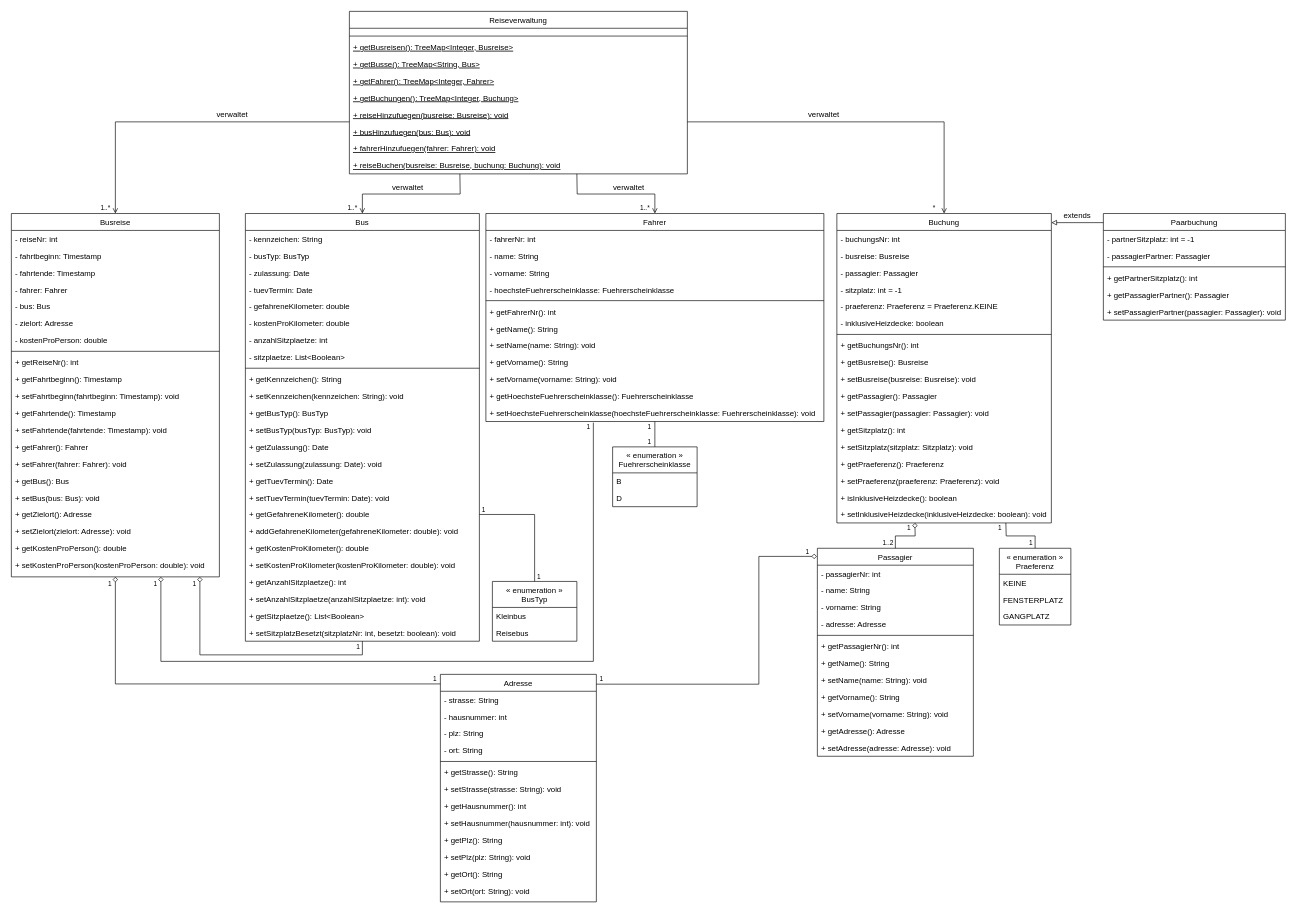
Above: UML_Klassendiagramm.drawio in ZichaoIUStudy/Busreisen_OOP2_Referat (draw.io), before the change. Source tidied: cells renumbered, new cells numbered last; positions are measured from the earlier drawing's top-left corner, leaving out a move shared by most shapes. Both pictures are drawn from the tidied source at 65%, with x=0, y=0 at pixel (11, 11).
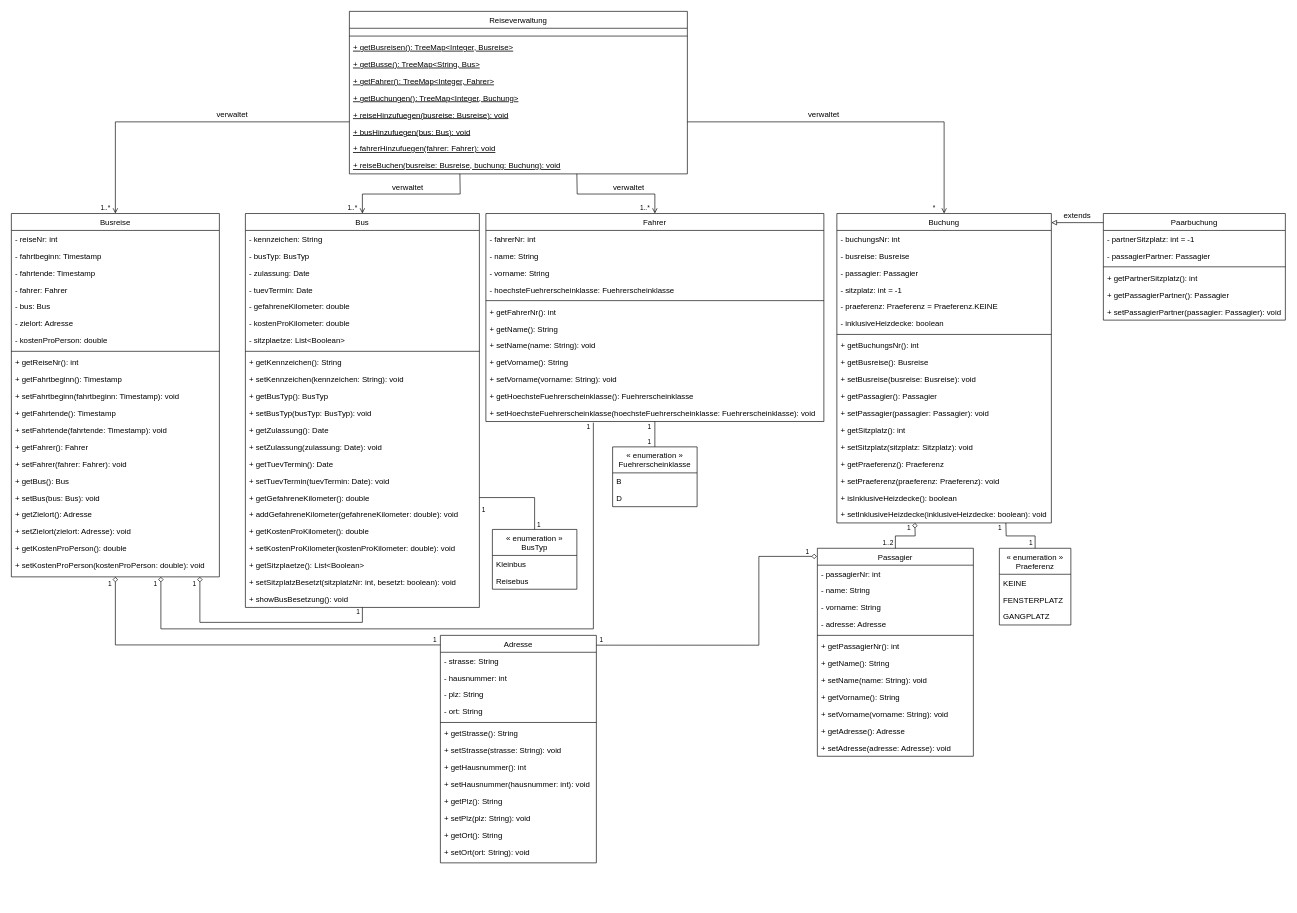
After the change.

The change refers to these unchanged cells:
```xml
<mxCell id="14" value="+ setHoechsteFuehrerscheinklasse(hoechsteFuehrerscheinklasse: Fuehrerscheinklasse): void" style="text;align=left;verticalAlign=top;spacingLeft=4;spacingRight=4;overflow=hidden;points=[[0,0.5],[1,0.5]];portConstraint=eastwest;rounded=0;shadow=0;html=0;" parent="2" vertex="1">
  <mxGeometry y="294" width="520" height="26" as="geometry" />
</mxCell>
<mxCell id="15" value="Busreise" style="swimlane;fontStyle=0;align=center;verticalAlign=top;horizontal=1;startSize=26;rounded=0;shadow=0;strokeWidth=1;" parent="1" vertex="1">
  <mxGeometry y="311" width="320" height="559" as="geometry" />
</mxCell>
<mxCell id="37" value="Passagier" style="swimlane;fontStyle=0;align=center;verticalAlign=top;horizontal=1;startSize=26;rounded=0;shadow=0;strokeWidth=1;" parent="1" vertex="1">
  <mxGeometry x="1240" y="826" width="240" height="320" as="geometry" />
</mxCell>
```

Diff of the diagram source:
```diff
@@
     <mxCell id="50" value="Bus" style="swimlane;fontStyle=0;align=center;verticalAlign=top;horizontal=1;startSize=26;rounded=0;shadow=0;strokeWidth=1;" parent="1" vertex="1">
-      <mxGeometry x="360" y="311" width="360" height="658" as="geometry" />
+      <mxGeometry x="360" y="311" width="360" height="606" as="geometry" />
     </mxCell>
@@
-    <mxCell id="57" value="- anzahlSitzplaetze: int" style="text;align=left;verticalAlign=top;spacingLeft=4;spacingRight=4;overflow=hidden;rounded=0;shadow=0;html=0;" parent="50" vertex="1">
-      <mxGeometry y="182" width="360" height="26" as="geometry" />
-    </mxCell>
     <mxCell id="58" value="- sitzplaetze: List&lt;Boolean&gt;" style="text;align=left;verticalAlign=top;spacingLeft=4;spacingRight=4;overflow=hidden;rounded=0;shadow=0;html=0;" parent="50" vertex="1">
-      <mxGeometry y="208" width="360" height="26" as="geometry" />
+      <mxGeometry y="182" width="360" height="26" as="geometry" />
     </mxCell>
     <mxCell id="59" style="line;html=1;strokeWidth=1;align=left;verticalAlign=middle;spacingTop=-1;spacingLeft=3;spacingRight=3;labelPosition=right;" parent="50" vertex="1">
-      <mxGeometry y="234" width="360" height="8" as="geometry" />
+      <mxGeometry y="208" width="360" height="8" as="geometry" />
     </mxCell>
     <mxCell id="60" value="+ getKennzeichen(): String" style="text;align=left;verticalAlign=top;spacingLeft=4;spacingRight=4;overflow=hidden;rounded=0;shadow=0;html=0;" parent="50" vertex="1">
-      <mxGeometry y="242" width="360" height="26" as="geometry" />
+      <mxGeometry y="216" width="360" height="26" as="geometry" />
     </mxCell>
     <mxCell id="61" value="+ setKennzeichen(kennzeichen: String): void" style="text;align=left;verticalAlign=top;spacingLeft=4;spacingRight=4;overflow=hidden;rounded=0;shadow=0;html=0;" parent="50" vertex="1">
-      <mxGeometry y="268" width="360" height="26" as="geometry" />
+      <mxGeometry y="242" width="360" height="26" as="geometry" />
     </mxCell>
     <mxCell id="62" value="+ getBusTyp(): BusTyp" style="text;align=left;verticalAlign=top;spacingLeft=4;spacingRight=4;overflow=hidden;rounded=0;shadow=0;html=0;" parent="50" vertex="1">
-      <mxGeometry y="294" width="360" height="26" as="geometry" />
+      <mxGeometry y="268" width="360" height="26" as="geometry" />
     </mxCell>
     <mxCell id="63" value="+ setBusTyp(busTyp: BusTyp): void" style="text;align=left;verticalAlign=top;spacingLeft=4;spacingRight=4;overflow=hidden;rounded=0;shadow=0;html=0;" parent="50" vertex="1">
-      <mxGeometry y="320" width="360" height="26" as="geometry" />
+      <mxGeometry y="294" width="360" height="26" as="geometry" />
     </mxCell>
     <mxCell id="64" value="+ getZulassung(): Date" style="text;align=left;verticalAlign=top;spacingLeft=4;spacingRight=4;overflow=hidden;rounded=0;shadow=0;html=0;" parent="50" vertex="1">
-      <mxGeometry y="346" width="360" height="26" as="geometry" />
+      <mxGeometry y="320" width="360" height="26" as="geometry" />
     </mxCell>
     <mxCell id="65" value="+ setZulassung(zulassung: Date): void" style="text;align=left;verticalAlign=top;spacingLeft=4;spacingRight=4;overflow=hidden;rounded=0;shadow=0;html=0;" parent="50" vertex="1">
-      <mxGeometry y="372" width="360" height="26" as="geometry" />
+      <mxGeometry y="346" width="360" height="26" as="geometry" />
     </mxCell>
     <mxCell id="66" value="+ getTuevTermin(): Date" style="text;align=left;verticalAlign=top;spacingLeft=4;spacingRight=4;overflow=hidden;rounded=0;shadow=0;html=0;" parent="50" vertex="1">
-      <mxGeometry y="398" width="360" height="26" as="geometry" />
+      <mxGeometry y="372" width="360" height="26" as="geometry" />
     </mxCell>
     <mxCell id="67" value="+ setTuevTermin(tuevTermin: Date): void" style="text;align=left;verticalAlign=top;spacingLeft=4;spacingRight=4;overflow=hidden;rounded=0;shadow=0;html=0;" parent="50" vertex="1">
-      <mxGeometry y="424" width="360" height="26" as="geometry" />
+      <mxGeometry y="398" width="360" height="26" as="geometry" />
     </mxCell>
     <mxCell id="68" value="+ getGefahreneKilometer(): double" style="text;align=left;verticalAlign=top;spacingLeft=4;spacingRight=4;overflow=hidden;points=[[0,0.5],[1,0.5]];portConstraint=eastwest;rounded=0;shadow=0;html=0;" parent="50" vertex="1">
-      <mxGeometry y="450" width="360" height="26" as="geometry" />
+      <mxGeometry y="424" width="360" height="26" as="geometry" />
     </mxCell>
     <mxCell id="69" value="+ addGefahreneKilometer(gefahreneKilometer: double): void" style="text;align=left;verticalAlign=top;spacingLeft=4;spacingRight=4;overflow=hidden;rounded=0;shadow=0;html=0;" parent="50" vertex="1">
-      <mxGeometry y="476" width="360" height="26" as="geometry" />
+      <mxGeometry y="450" width="360" height="26" as="geometry" />
     </mxCell>
     <mxCell id="70" value="+ getKostenProKilometer(): double" style="text;align=left;verticalAlign=top;spacingLeft=4;spacingRight=4;overflow=hidden;rounded=0;shadow=0;html=0;" parent="50" vertex="1">
-      <mxGeometry y="502" width="360" height="26" as="geometry" />
+      <mxGeometry y="476" width="360" height="26" as="geometry" />
     </mxCell>
     <mxCell id="71" value="+ setKostenProKilometer(kostenProKilometer: double): void" style="text;align=left;verticalAlign=top;spacingLeft=4;spacingRight=4;overflow=hidden;rounded=0;shadow=0;html=0;" parent="50" vertex="1">
-      <mxGeometry y="528" width="360" height="26" as="geometry" />
+      <mxGeometry y="502" width="360" height="26" as="geometry" />
     </mxCell>
-    <mxCell id="72" value="+ getAnzahlSitzplaetze(): int" style="text;align=left;verticalAlign=top;spacingLeft=4;spacingRight=4;overflow=hidden;rounded=0;shadow=0;html=0;" parent="50" vertex="1">
-      <mxGeometry y="554" width="360" height="26" as="geometry" />
-    </mxCell>
-    <mxCell id="73" value="+ setAnzahlSitzplaetze(anzahlSitzplaetze: int): void" style="text;align=left;verticalAlign=top;spacingLeft=4;spacingRight=4;overflow=hidden;rounded=0;shadow=0;html=0;" parent="50" vertex="1">
-      <mxGeometry y="580" width="360" height="26" as="geometry" />
-    </mxCell>
     <mxCell id="74" value="+ getSitzplaetze(): List&lt;Boolean&gt;" style="text;align=left;verticalAlign=top;spacingLeft=4;spacingRight=4;overflow=hidden;rounded=0;shadow=0;html=0;" parent="50" vertex="1">
-      <mxGeometry y="606" width="360" height="26" as="geometry" />
+      <mxGeometry y="528" width="360" height="26" as="geometry" />
     </mxCell>
     <mxCell id="75" value="+ setSitzplatzBesetzt(sitzplatzNr: int, besetzt: boolean): void" style="text;align=left;verticalAlign=top;spacingLeft=4;spacingRight=4;overflow=hidden;rounded=0;shadow=0;html=0;" parent="50" vertex="1">
-      <mxGeometry y="632" width="360" height="26" as="geometry" />
+      <mxGeometry y="554" width="360" height="26" as="geometry" />
     </mxCell>
+    <mxCell id="176" value="+ showBusBesetzung(): void" style="text;align=left;verticalAlign=top;spacingLeft=4;spacingRight=4;overflow=hidden;rounded=0;shadow=0;html=0;" parent="50" vertex="1">
+      <mxGeometry y="580" width="360" height="26" as="geometry" />
+    </mxCell>
@@
     <mxCell id="144" value="Adresse" style="swimlane;fontStyle=0;align=center;verticalAlign=top;horizontal=1;startSize=26;rounded=0;shadow=0;strokeWidth=1;" parent="1" vertex="1">
-      <mxGeometry x="660" y="1020" width="240" height="350" as="geometry" />
+      <mxGeometry x="660" y="960" width="240" height="350" as="geometry" />
     </mxCell>
@@
     <mxCell id="158" value="1" style="text;html=1;align=center;verticalAlign=middle;whiteSpace=wrap;rounded=0;fontSize=10;" parent="1" vertex="1">
-      <mxGeometry x="647" y="1022" width="10" height="9" as="geometry" />
+      <mxGeometry x="647" y="962" width="10" height="9" as="geometry" />
     </mxCell>
     <mxCell id="159" value="1" style="text;html=1;align=center;verticalAlign=middle;whiteSpace=wrap;rounded=0;fontSize=10;" parent="1" vertex="1">
-      <mxGeometry x="903" y="1022" width="10" height="9" as="geometry" />
+      <mxGeometry x="903" y="962" width="10" height="9" as="geometry" />
     </mxCell>
     <mxCell id="160" style="endArrow=none;html=1;rounded=0;entryX=0.5;entryY=1;entryDx=0;entryDy=0;edgeStyle=orthogonalEdgeStyle;endFill=0;startArrow=diamond;startFill=0;" parent="1" edge="1" target="50">
       <mxGeometry relative="1" as="geometry">
         <mxPoint x="290" y="870" as="sourcePoint" />
         <Array as="points">
-          <mxPoint x="290" y="990" />
-          <mxPoint x="540" y="990" />
+          <mxPoint x="290" y="940" />
+          <mxPoint x="540" y="940" />
         </Array>
       </mxGeometry>
     </mxCell>
     <mxCell id="161" style="endArrow=none;html=1;rounded=0;entryX=0.318;entryY=1.066;entryDx=0;entryDy=0;entryPerimeter=0;edgeStyle=orthogonalEdgeStyle;endFill=0;startArrow=diamond;startFill=0;" parent="1" edge="1" target="14">
       <mxGeometry relative="1" as="geometry">
         <mxPoint x="230" y="870" as="sourcePoint" />
         <Array as="points">
-          <mxPoint x="230" y="1000" />
-          <mxPoint x="895" y="1000" />
+          <mxPoint x="230" y="950" />
+          <mxPoint x="895" y="950" />
         </Array>
       </mxGeometry>
     </mxCell>
     <mxCell id="162" style="endArrow=diamond;html=1;rounded=0;edgeStyle=orthogonalEdgeStyle;endFill=0;startArrow=none;startFill=0;entryX=-0.003;entryY=0.039;entryDx=0;entryDy=0;entryPerimeter=0;exitX=1;exitY=0.043;exitDx=0;exitDy=0;exitPerimeter=0;" parent="1" edge="1" source="144" target="37">
       <mxGeometry relative="1" as="geometry">
         <Array as="points">
-          <mxPoint x="1150" y="1035" />
+          <mxPoint x="1150" y="975" />
           <mxPoint x="1150" y="838" />
         </Array>
       </mxGeometry>
     </mxCell>
     <mxCell id="163" style="endArrow=diamond;html=1;rounded=0;edgeStyle=orthogonalEdgeStyle;endFill=0;startArrow=none;startFill=0;exitX=0;exitY=0.042;exitDx=0;exitDy=0;exitPerimeter=0;entryX=0.5;entryY=1;entryDx=0;entryDy=0;" parent="1" edge="1" source="144" target="15">
       <mxGeometry relative="1" as="geometry">
         <Array as="points">
-          <mxPoint x="160" y="1035" />
+          <mxPoint x="160" y="975" />
         </Array>
       </mxGeometry>
     </mxCell>
@@
     <mxCell id="166" value="1" style="text;html=1;align=center;verticalAlign=middle;whiteSpace=wrap;rounded=0;fontSize=10;" parent="1" vertex="1">
-      <mxGeometry x="529" y="973" width="10" height="9" as="geometry" />
+      <mxGeometry x="529" y="918" width="10" height="9" as="geometry" />
     </mxCell>
@@
     <mxCell id="170" value="« enumeration »&#10;BusTyp" style="swimlane;fontStyle=0;align=center;verticalAlign=top;horizontal=1;startSize=40;rounded=0;shadow=0;strokeWidth=1;fontFamily=Helvetica;" parent="1" vertex="1">
-      <mxGeometry x="740" y="877" width="130" height="92" as="geometry" />
+      <mxGeometry x="740" y="797" width="130" height="92" as="geometry" />
     </mxCell>
@@
     <mxCell id="175" value="1" style="text;html=1;align=center;verticalAlign=middle;whiteSpace=wrap;rounded=0;fontSize=10;" parent="1" vertex="1">
-      <mxGeometry x="807" y="865" width="10" height="9" as="geometry" />
+      <mxGeometry x="807" y="785" width="10" height="9" as="geometry" />
     </mxCell>
```
